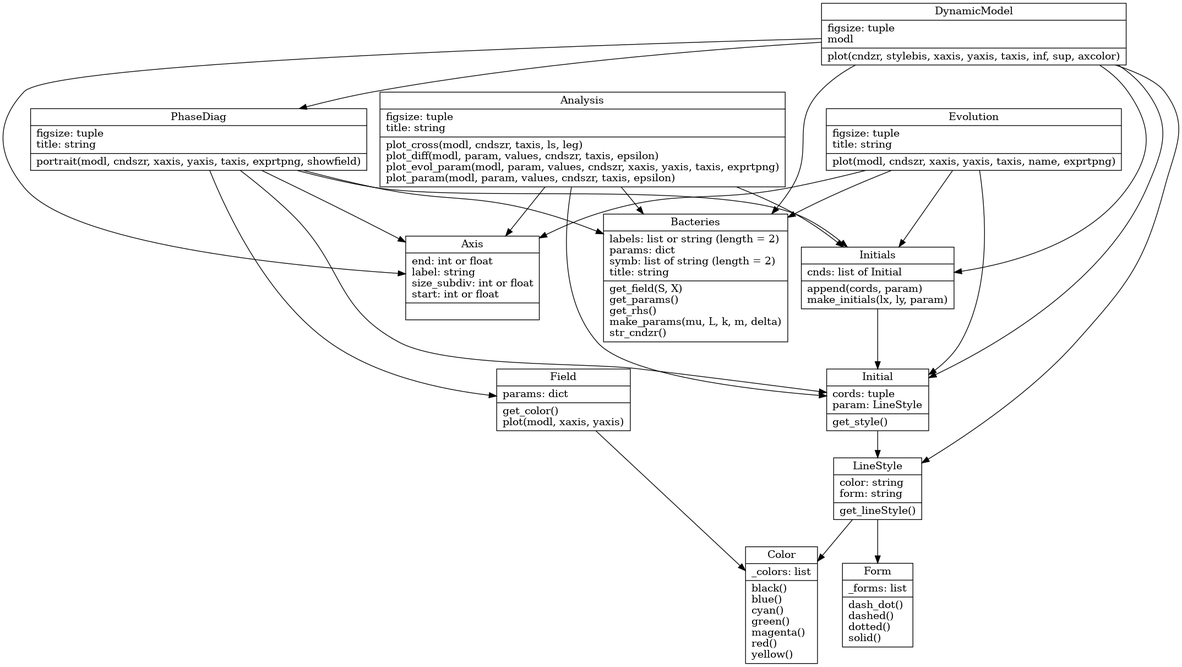
The Graphviz diagram pysrc/uml/uml_diagram.png in Quentin18/Model-Developpement-Bacteries, before a commit. Its source is kept beside it as pysrc/uml/uml_diagram.dot.
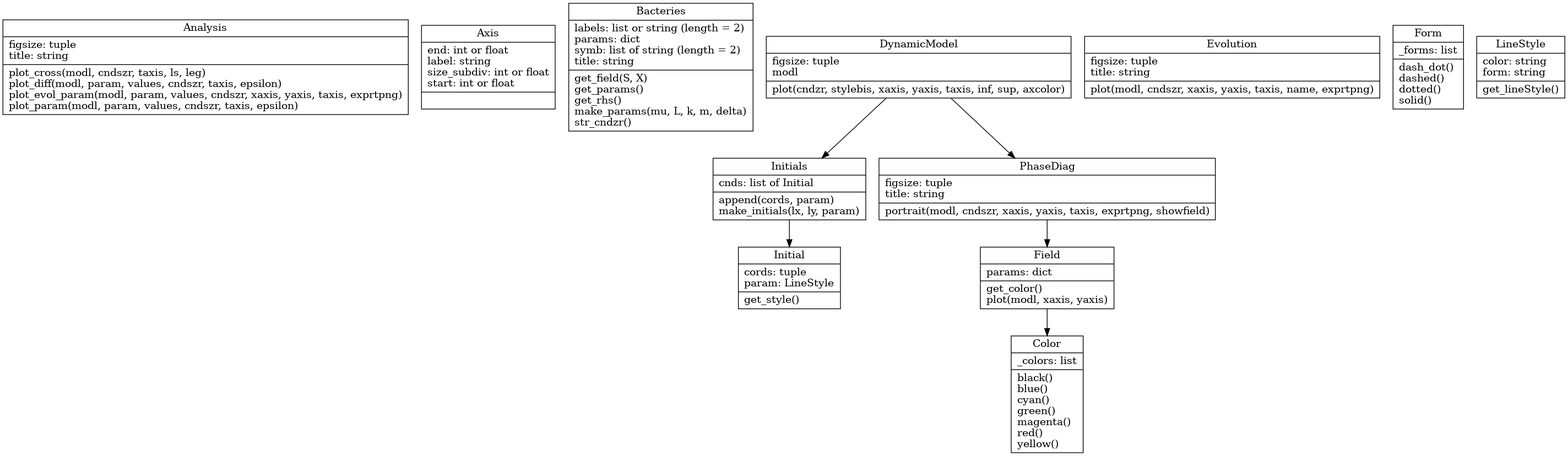
Later version of the same file.

The edit, as a diff of the source:
```diff
@@ -14,35 +14,9 @@
 "10" [label="{LineStyle|color: string\lform: string\l|get_lineStyle()\l}", shape="record"];
 "11" [label="{PhaseDiag|figsize: tuple\ltitle: string\l|portrait(modl, cndszr, xaxis, yaxis, taxis, exprtpng, showfield)\l}", shape="record"];
 
-"0" -> "2"
-"0" -> "8"
-"0" -> "9"
-"0" -> "1"
-
-"4" -> "2"
-"4" -> "8"
 "4" -> "9"
-"4" -> "1"
-"4" -> "10"
 "4" -> "11"
-
-"5" -> "2"
-"5" -> "8"
-"5" -> "9"
-"5" -> "1"
-
 "6" -> "3"
-
-"8" -> "10"
-
 "9" -> "8"
-
-"10" -> "3"
-"10" -> "7"
-
-"11" -> "2"
-"11" -> "8"
-"11" -> "9"
-"11" -> "1"
 "11" -> "6"
 }
```
